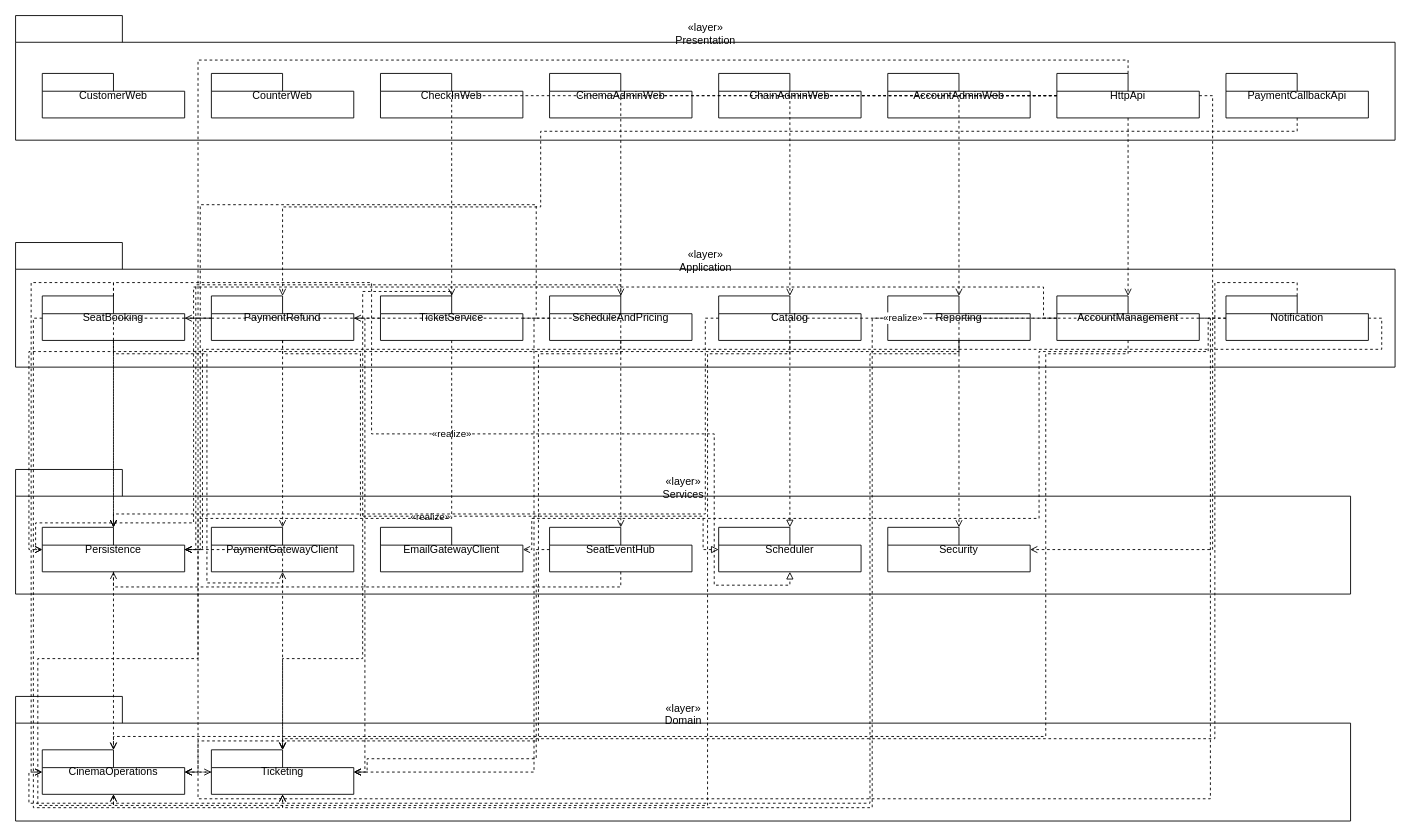
Before: design/diagrams/P09-package-layers.drawio in luytbq/app-dat-ve-xem-phim, a draw.io diagram. Source tidied: cells renumbered, new cells numbered last; positions are measured from the earlier drawing's top-left corner, leaving out a move shared by most shapes. Both pictures are drawn from the tidied source at 89%, with x=0, y=0 at pixel (15, 15).
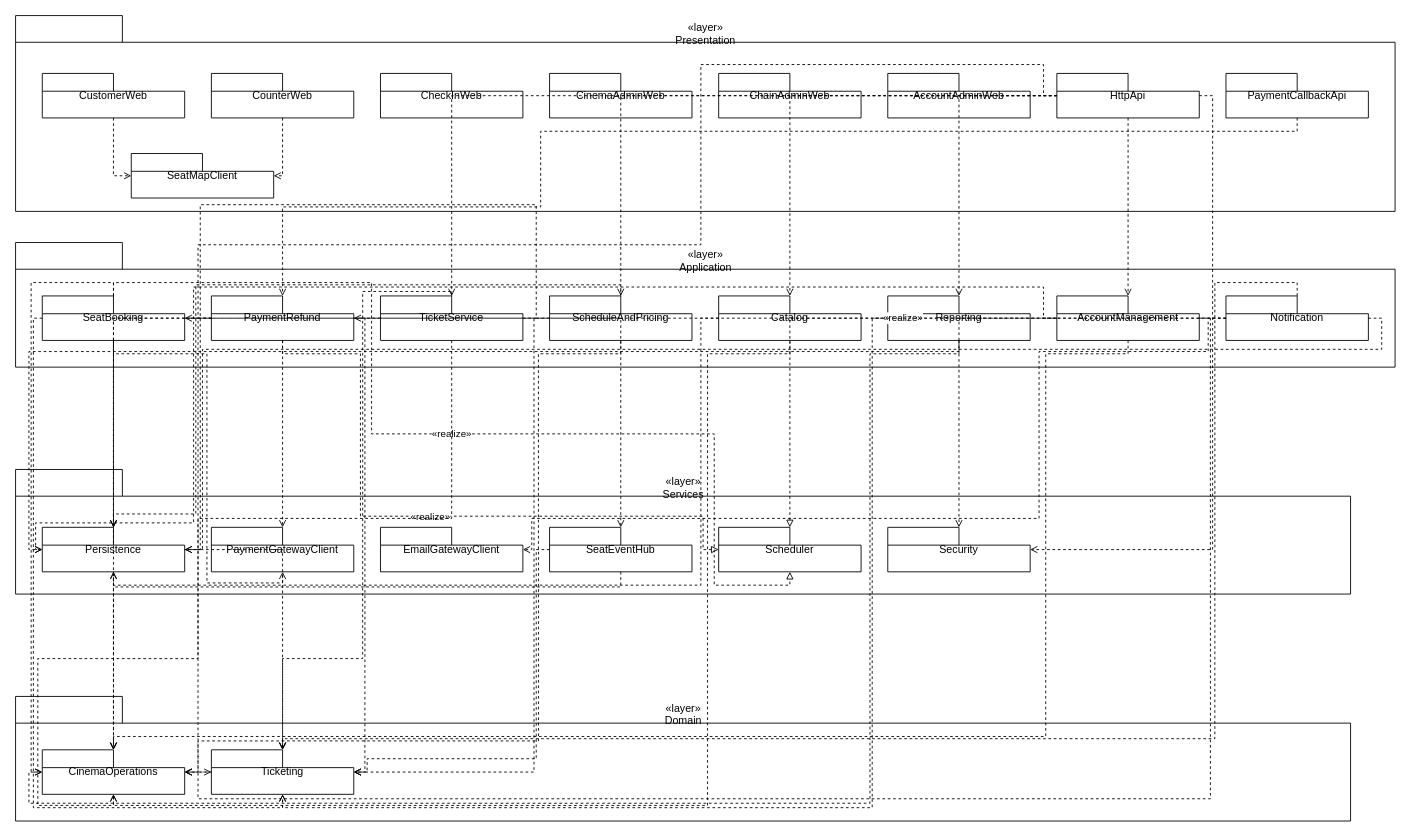
The same page after the edit.

Commit message (it also covers changes not shown here):
docs(architecture): apply P10 feedback to P08 and P09

Unchanged cells that the change refers to:
```xml
<mxCell id="3" value="CustomerWeb" style="shape=folder;tabWidth=80;tabHeight=20;tabPosition=left;html=1;whiteSpace=wrap;" parent="2" vertex="1">
  <mxGeometry x="30" y="65" width="160" height="50" as="geometry" />
</mxCell>
<mxCell id="4" value="CounterWeb" style="shape=folder;tabWidth=80;tabHeight=20;tabPosition=left;html=1;whiteSpace=wrap;" parent="2" vertex="1">
  <mxGeometry x="220" y="65" width="160" height="50" as="geometry" />
</mxCell>
<mxCell id="9" value="HttpApi" style="shape=folder;tabWidth=80;tabHeight=20;tabPosition=left;html=1;whiteSpace=wrap;" parent="2" vertex="1">
  <mxGeometry x="1170" y="65" width="160" height="50" as="geometry" />
</mxCell>
<mxCell id="12" value="SeatBooking" style="shape=folder;tabWidth=80;tabHeight=20;tabPosition=left;html=1;whiteSpace=wrap;" parent="11" vertex="1">
  <mxGeometry x="30" y="60" width="160" height="50" as="geometry" />
</mxCell>
<mxCell id="16" value="Catalog" style="shape=folder;tabWidth=80;tabHeight=20;tabPosition=left;html=1;whiteSpace=wrap;" parent="11" vertex="1">
  <mxGeometry x="790" y="60" width="160" height="50" as="geometry" />
</mxCell>
<mxCell id="19" value="Notification" style="shape=folder;tabWidth=80;tabHeight=20;tabPosition=left;html=1;whiteSpace=wrap;" parent="11" vertex="1">
  <mxGeometry x="1360" y="60" width="160" height="50" as="geometry" />
</mxCell>
<mxCell id="21" value="Persistence" style="shape=folder;tabWidth=80;tabHeight=20;tabPosition=left;html=1;whiteSpace=wrap;" parent="20" vertex="1">
  <mxGeometry x="30" y="65" width="160" height="50" as="geometry" />
</mxCell>
<mxCell id="28" value="CinemaOperations" style="shape=folder;tabWidth=80;tabHeight=20;tabPosition=left;html=1;whiteSpace=wrap;" parent="27" vertex="1">
  <mxGeometry x="30" y="60" width="160" height="50" as="geometry" />
</mxCell>
```

The edit, as a diff of the source:
```diff
@@
     <mxCell id="2" value="«layer»&lt;br&gt;Presentation" style="shape=folder;tabWidth=120;tabHeight=30;tabPosition=left;html=1;verticalAlign=top;fillColor=none;" parent="1" vertex="1">
-      <mxGeometry width="1550" height="140" as="geometry" />
+      <mxGeometry width="1550" height="220" as="geometry" />
     </mxCell>
@@
+    <mxCell id="74" value="SeatMapClient" style="shape=folder;tabWidth=80;tabHeight=20;tabPosition=left;html=1;whiteSpace=wrap;" parent="2" vertex="1">
+      <mxGeometry x="130" y="155" width="160" height="50" as="geometry" />
+    </mxCell>
@@
-    <mxCell id="30" style="edgeStyle=orthogonalEdgeStyle;rounded=0;html=1;dashed=1;endArrow=open;endFill=0;exitX=0.5;exitY=0;exitDx=0;exitDy=0;entryX=1;entryY=0.5;entryDx=0;entryDy=0;" parent="1" edge="1" source="9" target="12">
+    <mxCell id="30" style="edgeStyle=orthogonalEdgeStyle;rounded=0;html=1;dashed=1;endArrow=open;endFill=0;exitX=0;exitY=0.5;exitDx=0;exitDy=0;entryX=1;entryY=0.5;entryDx=0;entryDy=0;" parent="1" edge="1" source="9" target="12">
       <mxGeometry relative="1" as="geometry">
         <Array as="points">
-          <mxPoint x="1250" y="50" />
-          <mxPoint x="205" y="50" />
+          <mxPoint x="1155" y="90" />
+          <mxPoint x="1155" y="55" />
+          <mxPoint x="770" y="55" />
+          <mxPoint x="770" y="257.5" />
+          <mxPoint x="205" y="257.5" />
           <mxPoint x="205" y="340" />
         </Array>
       </mxGeometry>
     </mxCell>
@@
-    <mxCell id="56" style="edgeStyle=orthogonalEdgeStyle;rounded=0;html=1;dashed=1;endArrow=open;endFill=0;exitX=0;exitY=0.5;exitDx=0;exitDy=0;entryX=1;entryY=0.5;entryDx=0;entryDy=0;" parent="1" edge="1" source="16" target="21">
+    <mxCell id="56" style="edgeStyle=orthogonalEdgeStyle;rounded=0;html=1;dashed=1;endArrow=open;endFill=0;exitX=0;exitY=0.5;exitDx=0;exitDy=0;entryX=0.5;entryY=1;entryDx=0;entryDy=0;" parent="1" edge="1" source="16" target="21">
       <mxGeometry relative="1" as="geometry">
         <Array as="points">
-          <mxPoint x="775" y="340" />
-          <mxPoint x="775" y="560" />
-          <mxPoint x="202.5" y="560" />
-          <mxPoint x="202.5" y="600" />
+          <mxPoint x="770" y="340" />
+          <mxPoint x="770" y="640" />
+          <mxPoint x="110" y="640" />
         </Array>
       </mxGeometry>
     </mxCell>
@@
+    <mxCell id="75" style="edgeStyle=orthogonalEdgeStyle;rounded=0;html=1;dashed=1;endArrow=open;endFill=0;exitX=0.5;exitY=1;exitDx=0;exitDy=0;entryX=0;entryY=0.5;entryDx=0;entryDy=0;" parent="1" edge="1" source="3" target="74">
+      <mxGeometry relative="1" as="geometry">
+        <Array as="points">
+          <mxPoint x="110" y="180" />
+        </Array>
+      </mxGeometry>
+    </mxCell>
+    <mxCell id="76" style="edgeStyle=orthogonalEdgeStyle;rounded=0;html=1;dashed=1;endArrow=open;endFill=0;exitX=0.5;exitY=1;exitDx=0;exitDy=0;entryX=1;entryY=0.5;entryDx=0;entryDy=0;" parent="1" edge="1" source="4" target="74">
+      <mxGeometry relative="1" as="geometry">
+        <Array as="points">
+          <mxPoint x="300" y="180" />
+        </Array>
+      </mxGeometry>
+    </mxCell>
+    <mxCell id="77" style="edgeStyle=orthogonalEdgeStyle;rounded=0;html=1;dashed=1;endArrow=open;endFill=0;" parent="1" edge="1" source="19" target="28">
+      <mxGeometry relative="1" as="geometry" />
+    </mxCell>
```
